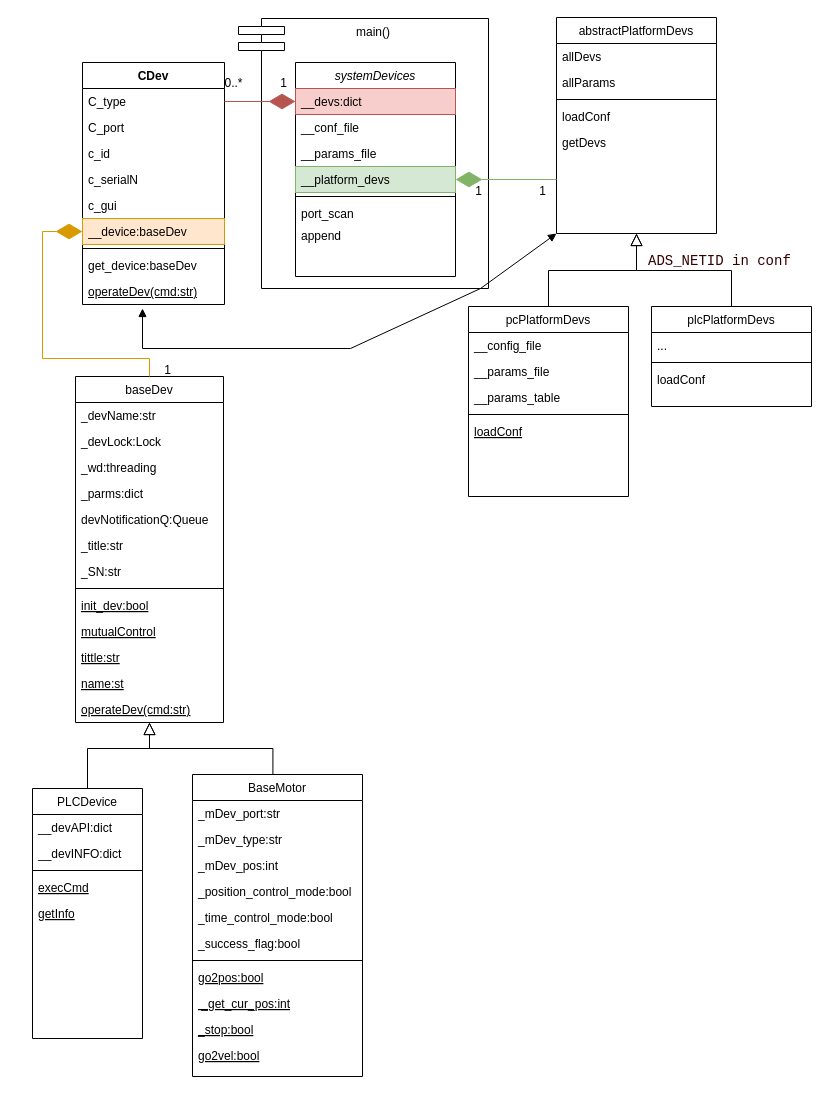
Above: page "Conf & devs" (1 of 2) of v5 class diagram.drawio in lvoldman/v5 (draw.io), before the change. Source tidied: cells renumbered, new cells numbered last; positions are measured from the earlier drawing's top-left corner, leaving out a move shared by most shapes. Both pictures are drawn from the tidied source at 100%, with x=0, y=0 at pixel (32, 17).
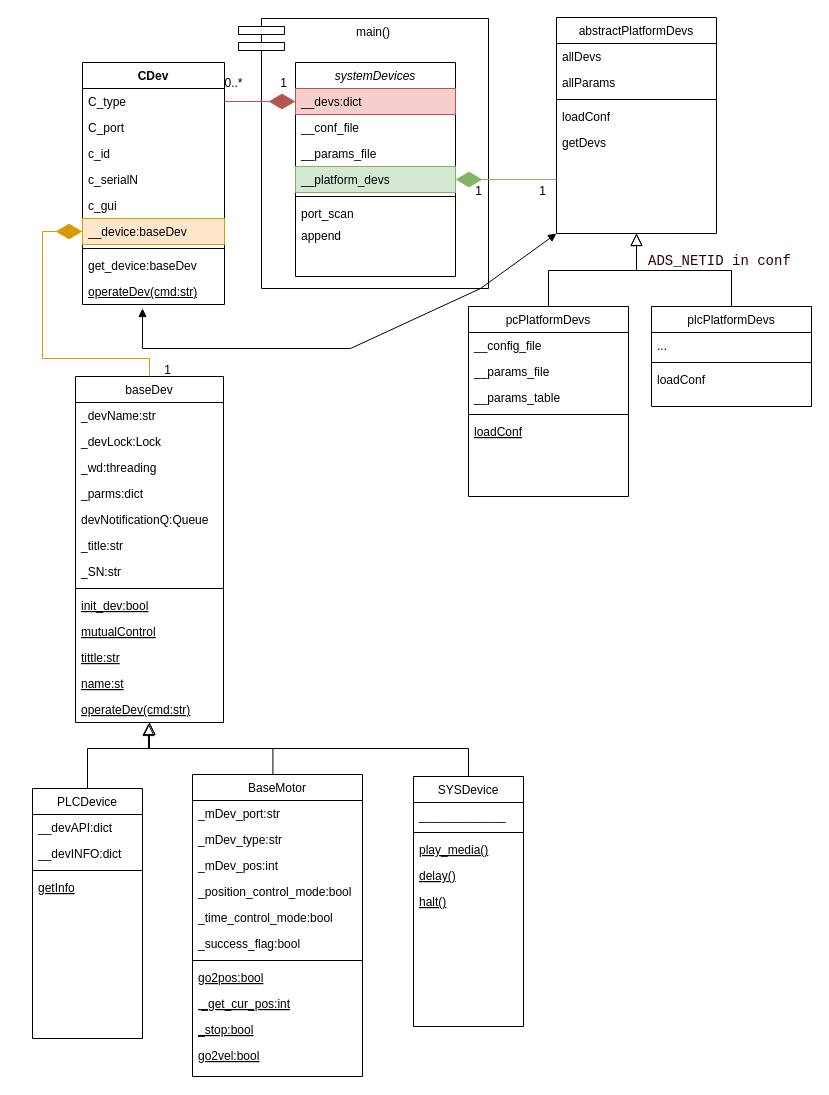
Above is the later version.

The change refers to these unchanged cells:
```xml
<mxCell id="61" value="operateDev(cmd:str)" style="text;align=left;verticalAlign=top;spacingLeft=4;spacingRight=4;overflow=hidden;points=[[0,0.5],[1,0.5]];portConstraint=eastwest;fontStyle=4;" parent="48" vertex="1">
  <mxGeometry y="320" width="148" height="26" as="geometry" />
</mxCell>
<mxCell id="76" value="PLCDevice" style="swimlane;fontStyle=0;align=center;verticalAlign=top;horizontal=1;startSize=26;rounded=0;shadow=0;strokeWidth=1;" parent="1" vertex="1">
  <mxGeometry y="771" width="110" height="250" as="geometry" />
</mxCell>
```

Change to the diagram source:
```diff
@@
-    <mxCell id="80" value="execCmd" style="text;align=left;verticalAlign=top;spacingLeft=4;spacingRight=4;overflow=hidden;fontStyle=4;" parent="76" vertex="1">
-      <mxGeometry y="86" width="110" height="26" as="geometry" />
-    </mxCell>
     <mxCell id="81" value="getInfo" style="text;align=left;verticalAlign=top;spacingLeft=4;spacingRight=4;overflow=hidden;fontStyle=4;" parent="76" vertex="1">
-      <mxGeometry y="112" width="110" height="26" as="geometry" />
+      <mxGeometry y="86" width="110" height="26" as="geometry" />
     </mxCell>
@@
+    <mxCell id="83" value="SYSDevice" style="swimlane;fontStyle=0;align=center;verticalAlign=top;horizontal=1;startSize=26;rounded=0;shadow=0;strokeWidth=1;" parent="1" vertex="1">
+      <mxGeometry x="381" y="759" width="110" height="250" as="geometry" />
+    </mxCell>
+    <mxCell id="84" value="_____________" style="text;align=left;verticalAlign=top;spacingLeft=4;spacingRight=4;overflow=hidden;rounded=0;shadow=0;html=0;" parent="83" vertex="1">
+      <mxGeometry y="26" width="110" height="26" as="geometry" />
+    </mxCell>
+    <mxCell id="85" style="line;html=1;strokeWidth=1;align=left;verticalAlign=middle;spacingTop=-1;spacingLeft=3;spacingRight=3;labelPosition=right;" parent="83" vertex="1">
+      <mxGeometry y="52" width="110" height="8" as="geometry" />
+    </mxCell>
+    <mxCell id="86" value="play_media()" style="text;align=left;verticalAlign=top;spacingLeft=4;spacingRight=4;overflow=hidden;fontStyle=4;" parent="83" vertex="1">
+      <mxGeometry y="60" width="110" height="26" as="geometry" />
+    </mxCell>
+    <mxCell id="87" value="delay()" style="text;align=left;verticalAlign=top;spacingLeft=4;spacingRight=4;overflow=hidden;fontStyle=4;" parent="83" vertex="1">
+      <mxGeometry y="86" width="110" height="26" as="geometry" />
+    </mxCell>
+    <mxCell id="88" value="halt()" style="text;align=left;verticalAlign=top;spacingLeft=4;spacingRight=4;overflow=hidden;fontStyle=4;" parent="83" vertex="1">
+      <mxGeometry y="112" width="110" height="26" as="geometry" />
+    </mxCell>
+    <mxCell id="89" style="endArrow=block;endSize=10;endFill=0;shadow=0;strokeWidth=1;rounded=0;curved=0;edgeStyle=elbowEdgeStyle;elbow=vertical;entryX=0.493;entryY=1.038;entryDx=0;entryDy=0;entryPerimeter=0;exitX=0.5;exitY=0;exitDx=0;exitDy=0;" parent="1" edge="1" source="83" target="61">
+      <mxGeometry relative="1" as="geometry">
+        <Array as="points">
+          <mxPoint x="270" y="731" />
+        </Array>
+      </mxGeometry>
+    </mxCell>
```
